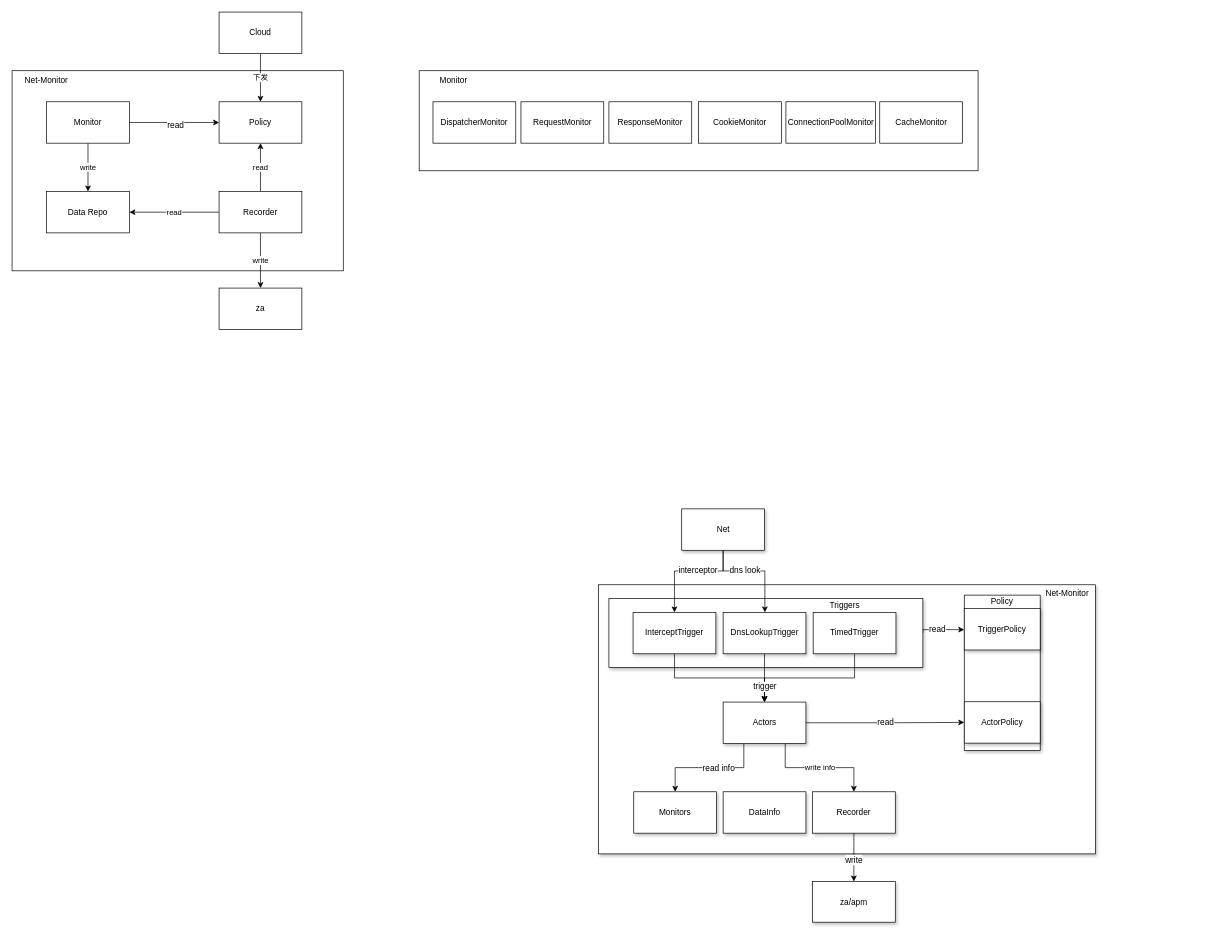
Above: okhttp_monitor.drawio in CreateChance/DrawIO (draw.io), before the change. Source tidied: cells renumbered, new cells numbered last; positions are measured from the earlier drawing's top-left corner, leaving out a move shared by most shapes. Both pictures are drawn from the tidied source at 69%, with x=0, y=0 at pixel (12, 12).
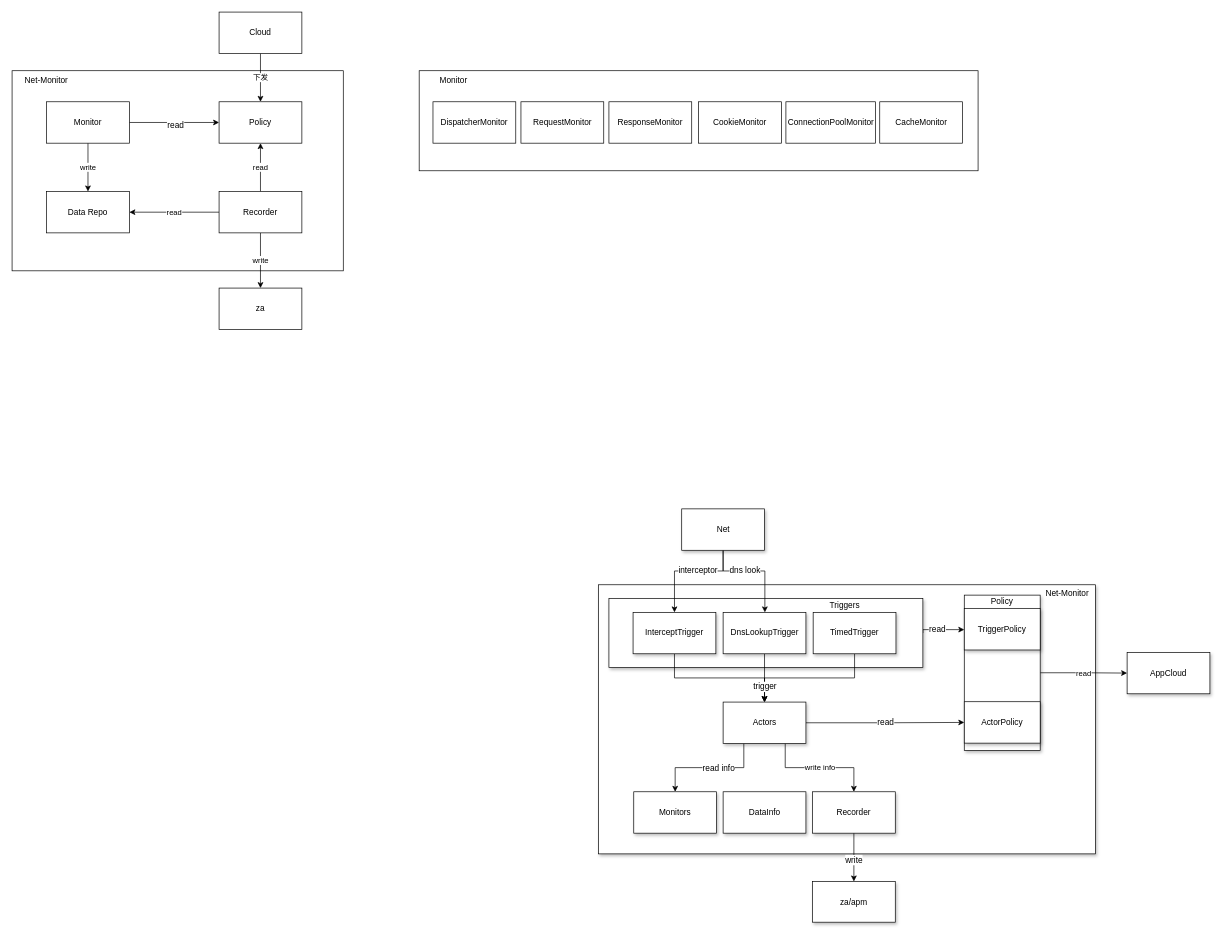
The same diagram, later.

Unchanged cells that the change refers to:
```xml
<mxCell id="40" style="rounded=0;whiteSpace=wrap;html=1;shadow=1;" parent="1" vertex="1">
  <mxGeometry x="1380" y="845" width="110" height="225" as="geometry" />
</mxCell>
```

Diff of the diagram source:
```diff
@@
+    <mxCell id="59" value="read" style="edgeStyle=orthogonalEdgeStyle;rounded=0;jettySize=auto;html=1;exitX=1;exitY=0.5;exitDx=0;exitDy=0;entryX=0;entryY=0.5;entryDx=0;entryDy=0;" parent="1" edge="1" source="40" target="60">
+      <mxGeometry relative="1" as="geometry" />
+    </mxCell>
@@
+    <mxCell id="60" value="AppCloud" style="rounded=0;whiteSpace=wrap;html=1;shadow=1;" parent="1" vertex="1">
+      <mxGeometry x="1616" y="928" width="120" height="60" as="geometry" />
+    </mxCell>
```
